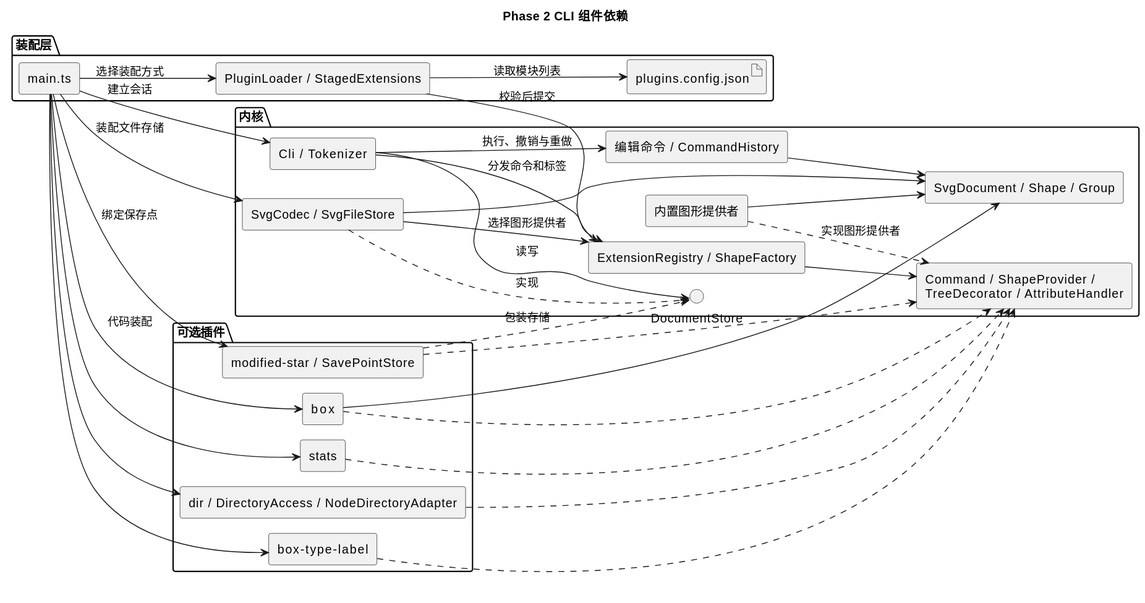
This is doc/architecture-phase2.svg from Pianeer888/svg-editor-lab1, a PlantUML export, as it was before one commit. Source of this version:
```plantuml
@startuml
!pragma layout smetana
title Phase 2 CLI 组件依赖
left to right direction
skinparam componentStyle rectangle

package "装配层" {
  component "main.ts" as Main
  component "PluginLoader / StagedExtensions" as Loader
  artifact "plugins.config.json" as Config
}
package "内核" {
  component "Cli / Tokenizer" as Cli
  component "编辑命令 / CommandHistory" as History
  component "SvgDocument / Shape / Group" as Model
  component "ExtensionRegistry / ShapeFactory" as Registry
  component "内置图形提供者" as Builtin
  component "Command / ShapeProvider /\nTreeDecorator / AttributeHandler" as Slots
  interface "DocumentStore" as Port
  component "SvgCodec / SvgFileStore" as Codec
}
package "可选插件" {
  component "stats" as Stats
  component "dir / DirectoryAccess / NodeDirectoryAdapter" as Dir
  component "box" as Box
  component "box-type-label" as Label
  component "modified-star / SavePointStore" as Star
}
Main --> Cli : 建立会话
Main --> Loader : 选择装配方式
Main --> Codec : 装配文件存储
Main --> Star : 绑定保存点
Main --> Box : 代码装配
Main --> Stats
Main --> Dir
Main --> Label
Loader --> Config : 读取模块列表
Loader --> Registry : 校验后提交
Cli --> Registry : 分发命令和标签
Cli --> Port : 读写
Cli --> History : 执行、撤销与重做
History --> Model
Registry --> Slots
Builtin ..> Slots : 实现图形提供者
Builtin --> Model
Codec ..> Port : 实现
Codec --> Registry : 选择图形提供者
Codec --> Model
Box ..> Slots
Box --> Model
Stats ..> Slots
Dir ..> Slots
Label ..> Slots
Star ..> Slots
Star ..> Port : 包装存储
@enduml
```
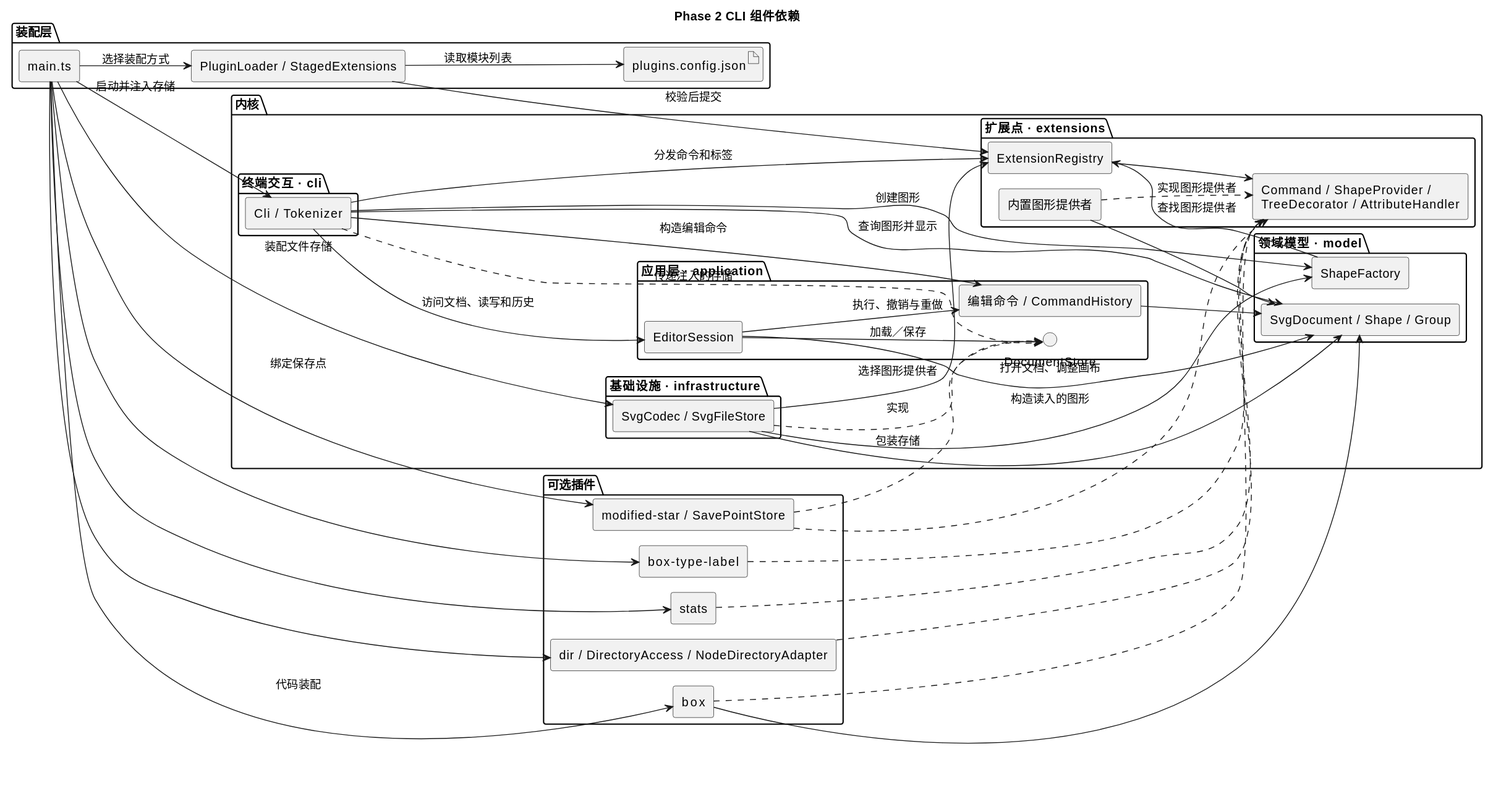
Above is the later version.

What changed in the source:
```diff
@@ -10,14 +10,26 @@
   artifact "plugins.config.json" as Config
 }
 package "内核" {
-  component "Cli / Tokenizer" as Cli
-  component "编辑命令 / CommandHistory" as History
-  component "SvgDocument / Shape / Group" as Model
-  component "ExtensionRegistry / ShapeFactory" as Registry
-  component "内置图形提供者" as Builtin
-  component "Command / ShapeProvider /\nTreeDecorator / AttributeHandler" as Slots
-  interface "DocumentStore" as Port
-  component "SvgCodec / SvgFileStore" as Codec
+  package "终端交互 · cli" {
+    component "Cli / Tokenizer" as Cli
+  }
+  package "应用层 · application" {
+    component "EditorSession" as Session
+    component "编辑命令 / CommandHistory" as History
+    interface "DocumentStore" as Port
+  }
+  package "领域模型 · model" {
+    component "SvgDocument / Shape / Group" as Model
+    component "ShapeFactory" as Factory
+  }
+  package "扩展点 · extensions" {
+    component "ExtensionRegistry" as Registry
+    component "内置图形提供者" as Builtin
+    component "Command / ShapeProvider /\nTreeDecorator / AttributeHandler" as Slots
+  }
+  package "基础设施 · infrastructure" {
+    component "SvgCodec / SvgFileStore" as Codec
+  }
 }
 package "可选插件" {
   component "stats" as Stats
@@ -26,7 +38,7 @@
   component "box-type-label" as Label
   component "modified-star / SavePointStore" as Star
 }
-Main --> Cli : 建立会话
+Main --> Cli : 启动并注入存储
 Main --> Loader : 选择装配方式
 Main --> Codec : 装配文件存储
 Main --> Star : 绑定保存点
@@ -37,14 +49,22 @@
 Loader --> Config : 读取模块列表
 Loader --> Registry : 校验后提交
 Cli --> Registry : 分发命令和标签
-Cli --> Port : 读写
-Cli --> History : 执行、撤销与重做
+Cli --> Session : 访问文档、读写和历史
+Cli ..> Port : 传递注入的存储
+Cli --> History : 构造编辑命令
+Cli --> Factory : 创建图形
+Cli --> Model : 查询图形并显示
+Session --> Port : 加载／保存
+Session --> History : 执行、撤销与重做
+Session --> Model : 打开文档、调整画布
 History --> Model
+Factory --> Registry : 查找图形提供者
 Registry --> Slots
 Builtin ..> Slots : 实现图形提供者
 Builtin --> Model
 Codec ..> Port : 实现
 Codec --> Registry : 选择图形提供者
+Codec --> Factory : 构造读入的图形
 Codec --> Model
 Box ..> Slots
 Box --> Model
```
